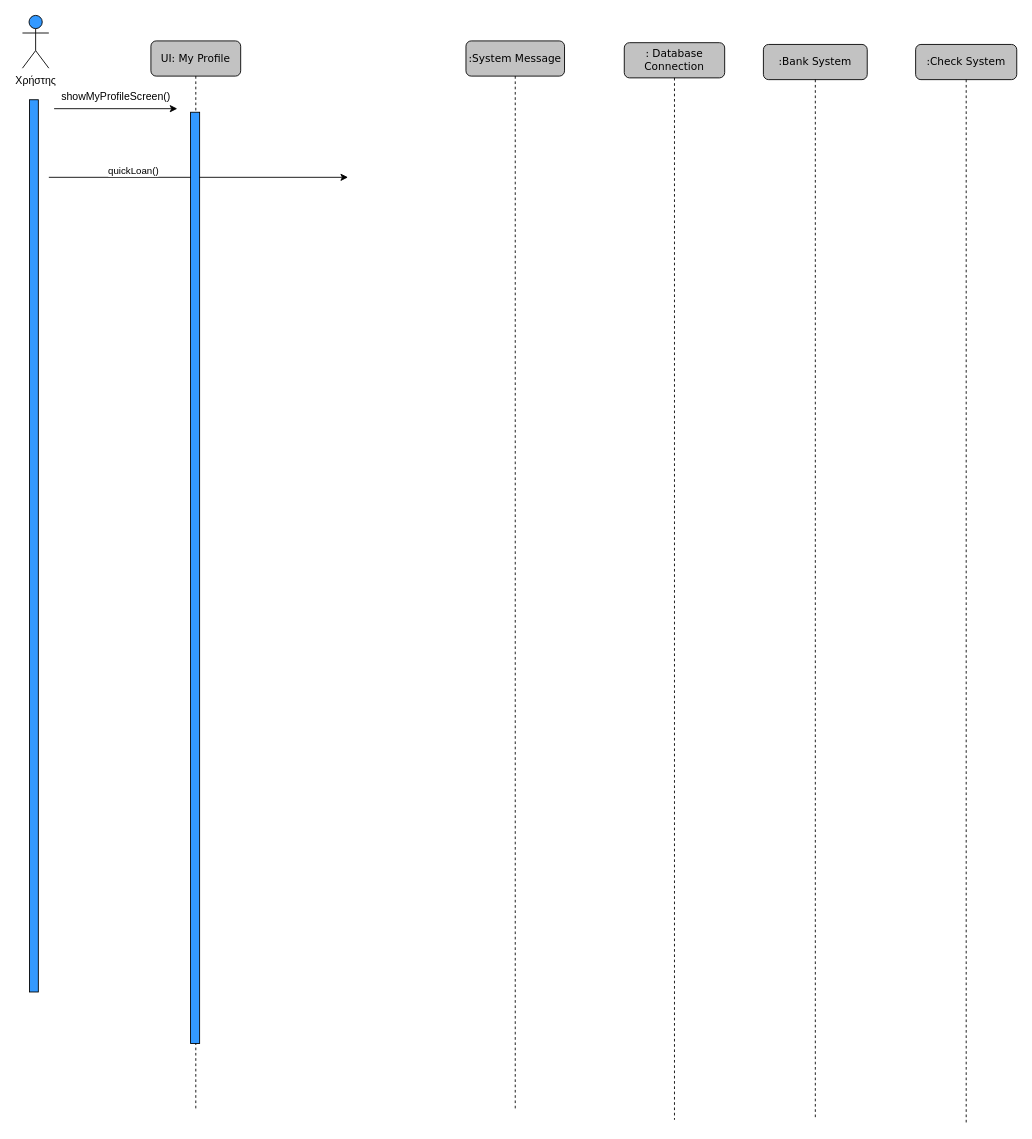
The draw.io diagram 4ο Παραδοτέο/Sequence Diagrams/6. Kid Account/Kid Account.drawio in VasilisKyriakos/financial-wallet, before the edit. Source tidied: cells renumbered, new cells numbered last; positions are measured from the earlier drawing's top-left corner, leaving out a move shared by most shapes. Both pictures are drawn from the tidied source at 88%, with x=0, y=0 at pixel (-413, 15).
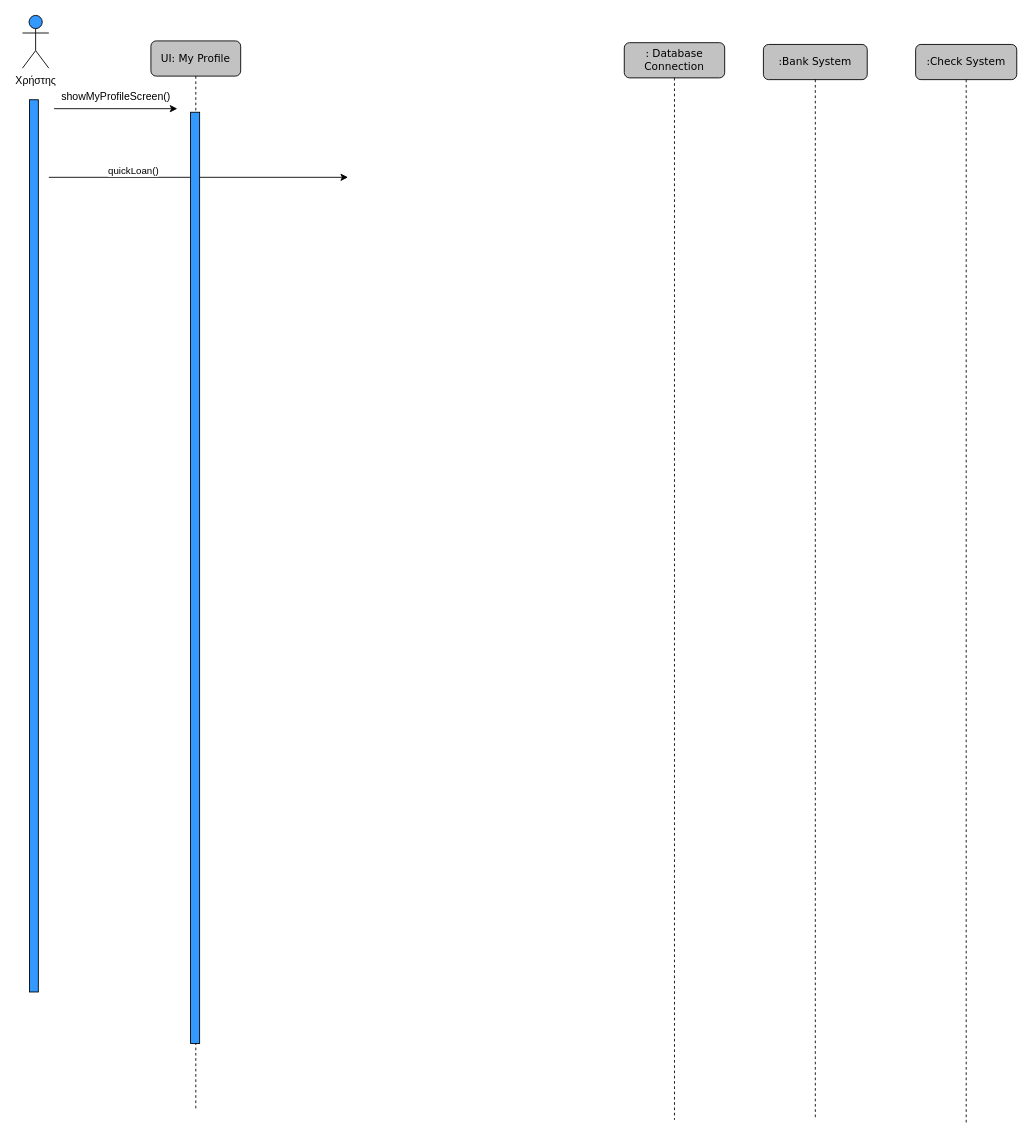
Above is the later version.

Change to the diagram source:
```diff
@@
 <mxGraphModel>
   <root>
     <mxCell id="0" />
     <mxCell id="1" parent="0" />
     <mxCell id="2" value="Χρήστης" style="shape=umlActor;verticalLabelPosition=bottom;verticalAlign=top;html=1;fillColor=#3399FF;" parent="1" vertex="1">
       <mxGeometry x="494" width="30" height="60" as="geometry" />
     </mxCell>
     <mxCell id="3" style="endArrow=classic;html=1;rounded=0;" parent="1" edge="1">
       <mxGeometry relative="1" as="geometry">
         <mxPoint x="530" y="106" as="sourcePoint" />
         <mxPoint x="670" y="106" as="targetPoint" />
       </mxGeometry>
     </mxCell>
     <mxCell id="4" value="showMyProfileScreen()" style="text;html=1;align=center;verticalAlign=middle;strokeColor=none;fillColor=none;" parent="1" vertex="1">
       <mxGeometry x="533" y="84" width="134" height="18" as="geometry" />
     </mxCell>
     <mxCell id="5" style="rounded=0;whiteSpace=wrap;html=1;rotation=90;fillColor=#3399FF;" parent="1" vertex="1">
       <mxGeometry x="0.1" y="597.8" width="1013.9" height="10" as="geometry" />
     </mxCell>
     <mxCell id="6" value="UI: My Profile" style="shape=umlLifeline;perimeter=lifelinePerimeter;whiteSpace=wrap;html=1;rounded=1;shadow=0;comic=0;labelBackgroundColor=none;strokeWidth=1;fontFamily=Verdana;fontSize=12;align=center;fillColor=#C2C2C2;" parent="1" vertex="1">
       <mxGeometry x="640" y="29" width="102" height="1214" as="geometry" />
     </mxCell>
     <mxCell id="7" style="endArrow=classic;html=1;rounded=0;" parent="6" edge="1">
       <mxGeometry relative="1" as="geometry">
         <mxPoint x="-116" y="155" as="sourcePoint" />
         <mxPoint x="224" y="155" as="targetPoint" />
       </mxGeometry>
     </mxCell>
     <mxCell id="8" value="quickLoan()" style="edgeLabel;html=1;align=center;verticalAlign=middle;" parent="7" vertex="1">
       <mxGeometry x="-0.45" y="2" relative="1" as="geometry">
         <mxPoint x="1" y="-6" as="offset" />
       </mxGeometry>
     </mxCell>
     <mxCell id="9" style="rounded=0;whiteSpace=wrap;html=1;rotation=90;fillColor=#3399FF;" parent="6" vertex="1">
       <mxGeometry x="-478.9" y="605" width="1058.2" height="10.3" as="geometry" />
     </mxCell>
     <mxCell id="10" value=": Database Connection" style="shape=umlLifeline;perimeter=lifelinePerimeter;whiteSpace=wrap;html=1;rounded=1;shadow=0;comic=0;labelBackgroundColor=none;strokeWidth=1;fontFamily=Verdana;fontSize=12;align=center;fillColor=#C2C2C2;" parent="1" vertex="1">
       <mxGeometry x="1177.9" y="31" width="114.1" height="1224" as="geometry" />
     </mxCell>
-    <mxCell id="11" value=":System Message" style="shape=umlLifeline;perimeter=lifelinePerimeter;whiteSpace=wrap;html=1;rounded=1;shadow=0;comic=0;labelBackgroundColor=none;strokeWidth=1;fontFamily=Verdana;fontSize=12;align=center;fillColor=#C2C2C2;" parent="1" vertex="1">
-      <mxGeometry x="998" y="29" width="112" height="1216" as="geometry" />
-    </mxCell>
     <mxCell id="12" value=":Check System" style="shape=umlLifeline;perimeter=lifelinePerimeter;whiteSpace=wrap;html=1;rounded=1;shadow=0;comic=0;labelBackgroundColor=none;strokeWidth=1;fontFamily=Verdana;fontSize=12;align=center;fillColor=#C2C2C2;" parent="1" vertex="1">
       <mxGeometry x="1509" y="33" width="114.9" height="1226" as="geometry" />
     </mxCell>
     <mxCell id="13" value=":Bank System" style="shape=umlLifeline;perimeter=lifelinePerimeter;whiteSpace=wrap;html=1;rounded=1;shadow=0;comic=0;labelBackgroundColor=none;strokeWidth=1;fontFamily=Verdana;fontSize=12;align=center;fillColor=#C2C2C2;" parent="1" vertex="1">
       <mxGeometry x="1336" y="33" width="118" height="1222" as="geometry" />
     </mxCell>
   </root>
 </mxGraphModel>
```
